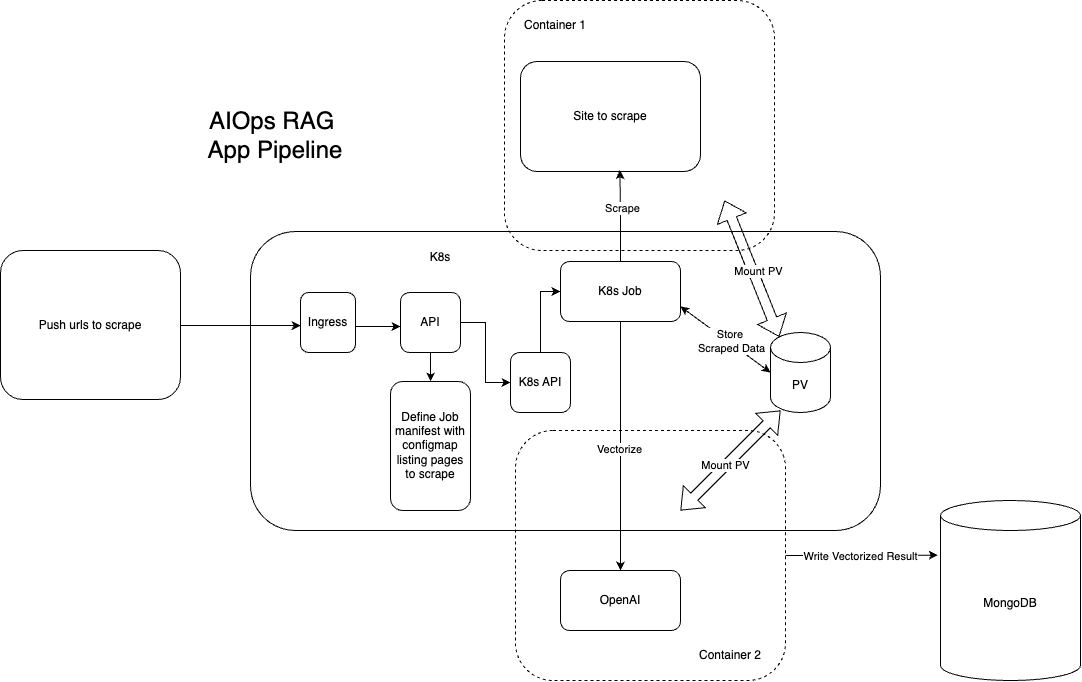
Before: rag-vectorizer.png, a diagram exported from draw.io (jeff-vincent/argo-workflows-rag-vectorizor). Source tidied: cells renumbered, new cells last; positions are measured from the earlier drawing's top-left corner, leaving out a move shared by most shapes.
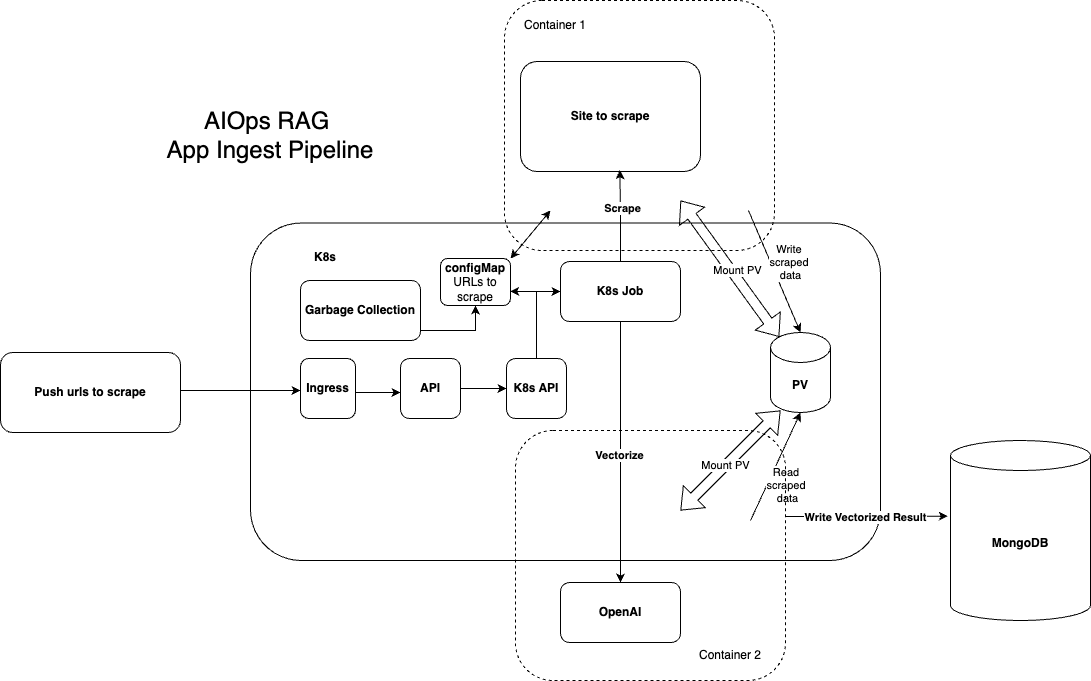
The same file after the commit.

Diff of the diagram source:
```diff
@@ -3,95 +3,78 @@
     <mxCell id="0" />
     <mxCell id="1" parent="0" />
     <mxCell id="2" style="rounded=1;whiteSpace=wrap;html=1;" parent="1" vertex="1">
-      <mxGeometry x="250" y="231" width="630" height="299" as="geometry" />
+      <mxGeometry x="250" y="222.5" width="630" height="337.5" as="geometry" />
     </mxCell>
-    <mxCell id="3" value="MongoDB" style="shape=cylinder3;whiteSpace=wrap;html=1;boundedLbl=1;backgroundOutline=1;size=15;" parent="1" vertex="1">
-      <mxGeometry x="940" y="500" width="140" height="180" as="geometry" />
+    <mxCell id="3" value="&lt;b&gt;MongoDB&lt;/b&gt;" style="shape=cylinder3;whiteSpace=wrap;html=1;boundedLbl=1;backgroundOutline=1;size=15;" parent="1" vertex="1">
+      <mxGeometry x="950" y="440" width="140" height="180" as="geometry" />
     </mxCell>
     <mxCell id="4" style="edgeStyle=orthogonalEdgeStyle;rounded=0;jettySize=auto;html=1;entryX=0;entryY=0.5;entryDx=0;entryDy=0;" parent="1" edge="1" source="6" target="9">
       <mxGeometry relative="1" as="geometry" />
     </mxCell>
-    <mxCell id="5" style="edgeStyle=orthogonalEdgeStyle;rounded=0;jettySize=auto;html=1;" parent="1" edge="1" source="6" target="20">
-      <mxGeometry relative="1" as="geometry" />
-    </mxCell>
-    <mxCell id="6" value="API" style="rounded=1;whiteSpace=wrap;html=1;" parent="1" vertex="1">
-      <mxGeometry x="400" y="292" width="60" height="60" as="geometry" />
+    <mxCell id="6" value="&lt;b&gt;API&lt;/b&gt;" style="rounded=1;whiteSpace=wrap;html=1;" parent="1" vertex="1">
+      <mxGeometry x="400" y="358" width="60" height="60" as="geometry" />
     </mxCell>
-    <mxCell id="7" value="K8s" style="text;html=1;align=center;verticalAlign=middle;whiteSpace=wrap;rounded=0;" parent="1" vertex="1">
-      <mxGeometry x="410" y="242" width="60" height="30" as="geometry" />
+    <mxCell id="7" value="&lt;b&gt;K8s&lt;/b&gt;" style="text;html=1;align=center;verticalAlign=middle;whiteSpace=wrap;rounded=0;" parent="1" vertex="1">
+      <mxGeometry x="295" y="241.5" width="60" height="30" as="geometry" />
     </mxCell>
     <mxCell id="8" style="edgeStyle=orthogonalEdgeStyle;rounded=0;jettySize=auto;html=1;entryX=0;entryY=0.5;entryDx=0;entryDy=0;" parent="1" edge="1" source="9" target="12">
       <mxGeometry relative="1" as="geometry" />
     </mxCell>
-    <mxCell id="9" value="K8s API" style="rounded=1;whiteSpace=wrap;html=1;" parent="1" vertex="1">
-      <mxGeometry x="510" y="352" width="60" height="60" as="geometry" />
+    <mxCell id="9" value="&lt;b&gt;K8s API&lt;/b&gt;" style="rounded=1;whiteSpace=wrap;html=1;" parent="1" vertex="1">
+      <mxGeometry x="506" y="358" width="60" height="60" as="geometry" />
     </mxCell>
     <mxCell id="10" style="edgeStyle=orthogonalEdgeStyle;rounded=0;jettySize=auto;html=1;" parent="1" edge="1" source="12" target="16">
       <mxGeometry relative="1" as="geometry" />
     </mxCell>
-    <mxCell id="11" value="Vectorize" style="edgeLabel;html=1;align=center;verticalAlign=middle;" parent="10" vertex="1">
+    <mxCell id="11" value="&lt;b&gt;Vectorize&lt;/b&gt;" style="edgeLabel;html=1;align=center;verticalAlign=middle;" parent="10" vertex="1">
       <mxGeometry x="0.02" y="-2" relative="1" as="geometry" />
     </mxCell>
-    <mxCell id="12" value="K8s Job" style="rounded=1;whiteSpace=wrap;html=1;" parent="1" vertex="1">
+    <mxCell id="12" value="&lt;b&gt;K8s Job&lt;/b&gt;" style="rounded=1;whiteSpace=wrap;html=1;" parent="1" vertex="1">
       <mxGeometry x="560" y="261" width="120" height="60" as="geometry" />
     </mxCell>
-    <mxCell id="13" value="Site to scrape" style="rounded=1;whiteSpace=wrap;html=1;" parent="1" vertex="1">
+    <mxCell id="13" value="&lt;b&gt;Site to scrape&lt;/b&gt;" style="rounded=1;whiteSpace=wrap;html=1;" parent="1" vertex="1">
       <mxGeometry x="520" y="61" width="180" height="110" as="geometry" />
     </mxCell>
     <mxCell id="14" style="edgeStyle=orthogonalEdgeStyle;rounded=0;jettySize=auto;html=1;entryX=0.552;entryY=0.988;entryDx=0;entryDy=0;entryPerimeter=0;" parent="1" edge="1" source="12" target="13">
       <mxGeometry relative="1" as="geometry" />
     </mxCell>
-    <mxCell id="15" value="Scrape" style="edgeLabel;html=1;align=center;verticalAlign=middle;" parent="14" vertex="1">
+    <mxCell id="15" value="&lt;b&gt;Scrape&lt;/b&gt;" style="edgeLabel;html=1;align=center;verticalAlign=middle;" parent="14" vertex="1">
       <mxGeometry x="0.16" y="-2" relative="1" as="geometry">
         <mxPoint y="-1" as="offset" />
       </mxGeometry>
     </mxCell>
-    <mxCell id="16" value="OpenAI" style="whiteSpace=wrap;html=1;rounded=1;" parent="1" vertex="1">
-      <mxGeometry x="560" y="570" width="120" height="60" as="geometry" />
+    <mxCell id="16" value="&lt;b&gt;OpenAI&lt;/b&gt;" style="whiteSpace=wrap;html=1;rounded=1;" parent="1" vertex="1">
+      <mxGeometry x="560" y="582" width="120" height="60" as="geometry" />
     </mxCell>
-    <mxCell id="17" value="&lt;span style=&quot;font-size: 24px;&quot;&gt;AIOps RAG&amp;nbsp;&lt;/span&gt;&lt;div&gt;&lt;span style=&quot;font-size: 24px;&quot;&gt;App Pipeline&lt;/span&gt;&lt;/div&gt;" style="text;html=1;align=center;verticalAlign=middle;whiteSpace=wrap;rounded=0;" parent="1" vertex="1">
-      <mxGeometry x="180" y="120" width="190" height="30" as="geometry" />
+    <mxCell id="17" value="&lt;span style=&quot;font-size: 24px;&quot;&gt;AIOps RAG&amp;nbsp;&lt;/span&gt;&lt;div&gt;&lt;span style=&quot;font-size: 24px;&quot;&gt;App Ingest Pipeline&lt;/span&gt;&lt;/div&gt;" style="text;html=1;align=center;verticalAlign=middle;whiteSpace=wrap;rounded=0;" parent="1" vertex="1">
+      <mxGeometry x="150" y="120" width="240" height="30" as="geometry" />
     </mxCell>
     <mxCell id="18" style="edgeStyle=orthogonalEdgeStyle;rounded=0;jettySize=auto;html=1;" parent="1" edge="1" source="19">
       <mxGeometry relative="1" as="geometry">
-        <mxPoint x="300" y="325" as="targetPoint" />
+        <mxPoint x="300" y="391" as="targetPoint" />
         <Array as="points">
-          <mxPoint x="300" y="324" />
+          <mxPoint x="300" y="390" />
         </Array>
       </mxGeometry>
     </mxCell>
-    <mxCell id="19" value="Push urls to scrape" style="rounded=1;whiteSpace=wrap;html=1;" parent="1" vertex="1">
-      <mxGeometry y="250" width="180" height="149" as="geometry" />
+    <mxCell id="19" value="&lt;b&gt;Push urls to scrape&lt;/b&gt;" style="rounded=1;whiteSpace=wrap;html=1;" parent="1" vertex="1">
+      <mxGeometry y="352" width="180" height="80" as="geometry" />
     </mxCell>
-    <mxCell id="20" value="Define Job manifest with configmap listing pages to scrape" style="rounded=1;whiteSpace=wrap;html=1;" parent="1" vertex="1">
-      <mxGeometry x="390" y="381" width="80" height="129" as="geometry" />
-    </mxCell>
     <mxCell id="21" style="edgeStyle=orthogonalEdgeStyle;rounded=0;orthogonalLoop=1;jettySize=auto;html=1;" parent="1" edge="1">
       <mxGeometry relative="1" as="geometry">
-        <mxPoint x="355" y="326" as="sourcePoint" />
-        <mxPoint x="400" y="326" as="targetPoint" />
+        <mxPoint x="355" y="392" as="sourcePoint" />
+        <mxPoint x="400" y="392" as="targetPoint" />
       </mxGeometry>
     </mxCell>
-    <mxCell id="22" value="Ingress" style="rounded=1;whiteSpace=wrap;html=1;" parent="1" vertex="1">
-      <mxGeometry x="300" y="292" width="55" height="60" as="geometry" />
+    <mxCell id="22" value="&lt;b&gt;Ingress&lt;/b&gt;" style="rounded=1;whiteSpace=wrap;html=1;" parent="1" vertex="1">
+      <mxGeometry x="300" y="358" width="55" height="60" as="geometry" />
     </mxCell>
-    <mxCell id="23" value="PV" style="shape=cylinder3;whiteSpace=wrap;html=1;boundedLbl=1;backgroundOutline=1;size=15;" parent="1" vertex="1">
+    <mxCell id="23" value="&lt;b&gt;PV&lt;/b&gt;" style="shape=cylinder3;whiteSpace=wrap;html=1;boundedLbl=1;backgroundOutline=1;size=15;" parent="1" vertex="1">
       <mxGeometry x="770" y="332" width="60" height="80" as="geometry" />
     </mxCell>
-    <mxCell id="24" style="endArrow=classic;startArrow=classic;html=1;rounded=0;exitX=1;exitY=0.75;exitDx=0;exitDy=0;entryX=0;entryY=0.5;entryDx=0;entryDy=0;entryPerimeter=0;" parent="1" edge="1" source="12" target="23">
-      <mxGeometry relative="1" as="geometry" />
-    </mxCell>
-    <mxCell id="25" value="Store&amp;nbsp;&lt;div&gt;Scraped Data&lt;/div&gt;" style="edgeLabel;html=1;align=center;verticalAlign=middle;" parent="24" vertex="1">
-      <mxGeometry x="-0.28" y="1" relative="1" as="geometry">
-        <mxPoint x="17" y="11" as="offset" />
-      </mxGeometry>
-    </mxCell>
     <mxCell id="26" value="Container 1" style="text;html=1;align=center;verticalAlign=middle;whiteSpace=wrap;rounded=0;" parent="1" vertex="1">
       <mxGeometry x="510" y="10" width="90" height="30" as="geometry" />
     </mxCell>
-    <mxCell id="27" style="rounded=1;whiteSpace=wrap;html=1;dashed=1;fillColor=none;" parent="1" vertex="1">
-      <mxGeometry x="515" y="430" width="270" height="250" as="geometry" />
-    </mxCell>
     <mxCell id="28" value="Container 2" style="text;html=1;align=center;verticalAlign=middle;whiteSpace=wrap;rounded=0;" parent="1" vertex="1">
       <mxGeometry x="690" y="640" width="80" height="30" as="geometry" />
     </mxCell>
@@ -104,7 +87,7 @@
     <mxCell id="30" value="Mount PV" style="edgeLabel;html=1;align=center;verticalAlign=middle;" parent="29" vertex="1">
       <mxGeometry x="-0.1" y="1" relative="1" as="geometry" />
     </mxCell>
-    <mxCell id="31" style="shape=flexArrow;endArrow=classic;startArrow=classic;html=1;rounded=0;entryX=0.145;entryY=0;entryDx=0;entryDy=4.35;entryPerimeter=0;exitX=0.815;exitY=0.8;exitDx=0;exitDy=0;exitPerimeter=0;" parent="1" edge="1" source="35" target="23">
+    <mxCell id="31" style="shape=flexArrow;endArrow=classic;startArrow=classic;html=1;rounded=0;entryX=0.145;entryY=0;entryDx=0;entryDy=4.35;entryPerimeter=0;exitX=0.652;exitY=0.8;exitDx=0;exitDy=0;exitPerimeter=0;" parent="1" edge="1" source="35" target="23">
       <mxGeometry relative="1" as="geometry" />
     </mxCell>
     <mxCell id="32" value="Mount PV" style="edgeLabel;html=1;align=center;verticalAlign=middle;" parent="31" vertex="1">
@@ -112,14 +95,68 @@
         <mxPoint y="1" as="offset" />
       </mxGeometry>
     </mxCell>
-    <mxCell id="33" style="edgeStyle=orthogonalEdgeStyle;rounded=0;jettySize=auto;html=1;entryX=-0.019;entryY=0.304;entryDx=0;entryDy=0;entryPerimeter=0;" parent="1" edge="1" source="27" target="3">
-      <mxGeometry relative="1" as="geometry" />
+    <mxCell id="33" style="edgeStyle=orthogonalEdgeStyle;rounded=0;orthogonalLoop=1;jettySize=auto;html=1;entryX=-0.019;entryY=0.304;entryDx=0;entryDy=0;entryPerimeter=0;" parent="1" edge="1">
+      <mxGeometry relative="1" as="geometry">
+        <mxPoint x="785" y="516" as="sourcePoint" />
+        <mxPoint x="947.3" y="515.7" as="targetPoint" />
+        <Array as="points">
+          <mxPoint x="830" y="516" />
+          <mxPoint x="830" y="516" />
+        </Array>
+      </mxGeometry>
     </mxCell>
-    <mxCell id="34" value="Write Vectorized Result" style="edgeLabel;html=1;align=center;verticalAlign=middle;" parent="33" vertex="1">
+    <mxCell id="34" value="&lt;b&gt;Write Vectorized Result&lt;/b&gt;" style="edgeLabel;html=1;align=center;verticalAlign=middle;" parent="33" vertex="1">
       <mxGeometry x="-0.17" relative="1" as="geometry">
         <mxPoint x="11" as="offset" />
       </mxGeometry>
     </mxCell>
+    <mxCell id="36" value="&lt;b&gt;configMap&lt;/b&gt;&lt;div&gt;URLs to scrape&lt;/div&gt;" style="rounded=1;whiteSpace=wrap;html=1;" parent="1" vertex="1">
+      <mxGeometry x="440" y="258" width="70" height="47" as="geometry" />
+    </mxCell>
+    <mxCell id="37" style="endArrow=classic;startArrow=classic;html=1;rounded=0;exitX=1;exitY=0;exitDx=0;exitDy=0;" parent="1" edge="1" source="36">
+      <mxGeometry relative="1" as="geometry">
+        <mxPoint x="550" y="210" as="targetPoint" />
+      </mxGeometry>
+    </mxCell>
+    <mxCell id="38" style="edgeStyle=orthogonalEdgeStyle;rounded=0;jettySize=auto;html=1;entryX=0.5;entryY=1;entryDx=0;entryDy=0;" parent="1" edge="1" source="39" target="36">
+      <mxGeometry relative="1" as="geometry">
+        <Array as="points">
+          <mxPoint x="475" y="330" />
+        </Array>
+      </mxGeometry>
+    </mxCell>
+    <mxCell id="39" value="&lt;b&gt;Garbage Collection&lt;/b&gt;" style="rounded=1;whiteSpace=wrap;html=1;" parent="1" vertex="1">
+      <mxGeometry x="300" y="280" width="120" height="60" as="geometry" />
+    </mxCell>
+    <mxCell id="40" style="endArrow=classic;html=1;rounded=0;entryX=0.996;entryY=0.852;entryDx=0;entryDy=0;entryPerimeter=0;" parent="1" edge="1">
+      <mxGeometry relative="1" as="geometry">
+        <mxPoint x="540" y="291" as="sourcePoint" />
+        <mxPoint x="509.7" y="291" as="targetPoint" />
+      </mxGeometry>
+    </mxCell>
+    <mxCell id="41" style="endArrow=classic;html=1;rounded=0;entryX=0.5;entryY=0;entryDx=0;entryDy=0;entryPerimeter=0;" parent="1" edge="1" target="23">
+      <mxGeometry relative="1" as="geometry">
+        <mxPoint x="748" y="210" as="sourcePoint" />
+      </mxGeometry>
+    </mxCell>
+    <mxCell id="42" value="Write&amp;nbsp;&lt;div&gt;scraped&amp;nbsp;&lt;/div&gt;&lt;div&gt;data&lt;/div&gt;" style="edgeLabel;html=1;align=center;verticalAlign=middle;" parent="41" vertex="1">
+      <mxGeometry x="-0.31" relative="1" as="geometry">
+        <mxPoint x="24" y="10" as="offset" />
+      </mxGeometry>
+    </mxCell>
+    <mxCell id="43" style="endArrow=classic;html=1;rounded=0;entryX=0.5;entryY=1;entryDx=0;entryDy=0;entryPerimeter=0;" parent="1" edge="1" target="23">
+      <mxGeometry relative="1" as="geometry">
+        <mxPoint x="750" y="520" as="sourcePoint" />
+      </mxGeometry>
+    </mxCell>
+    <mxCell id="44" value="Read&amp;nbsp;&lt;div&gt;scraped&amp;nbsp;&lt;/div&gt;&lt;div&gt;data&lt;/div&gt;" style="edgeLabel;html=1;align=center;verticalAlign=middle;" parent="1" vertex="1">
+      <mxGeometry x="800" y="300" as="geometry">
+        <mxPoint x="-14" y="184" as="offset" />
+      </mxGeometry>
+    </mxCell>
+    <mxCell id="27" style="rounded=1;whiteSpace=wrap;html=1;dashed=1;fillColor=none;" parent="1" vertex="1">
+      <mxGeometry x="515" y="430" width="270" height="250" as="geometry" />
+    </mxCell>
     <mxCell id="35" style="rounded=1;whiteSpace=wrap;html=1;dashed=1;fillColor=none;" parent="1" vertex="1">
       <mxGeometry x="504" width="270" height="250" as="geometry" />
     </mxCell>
```
